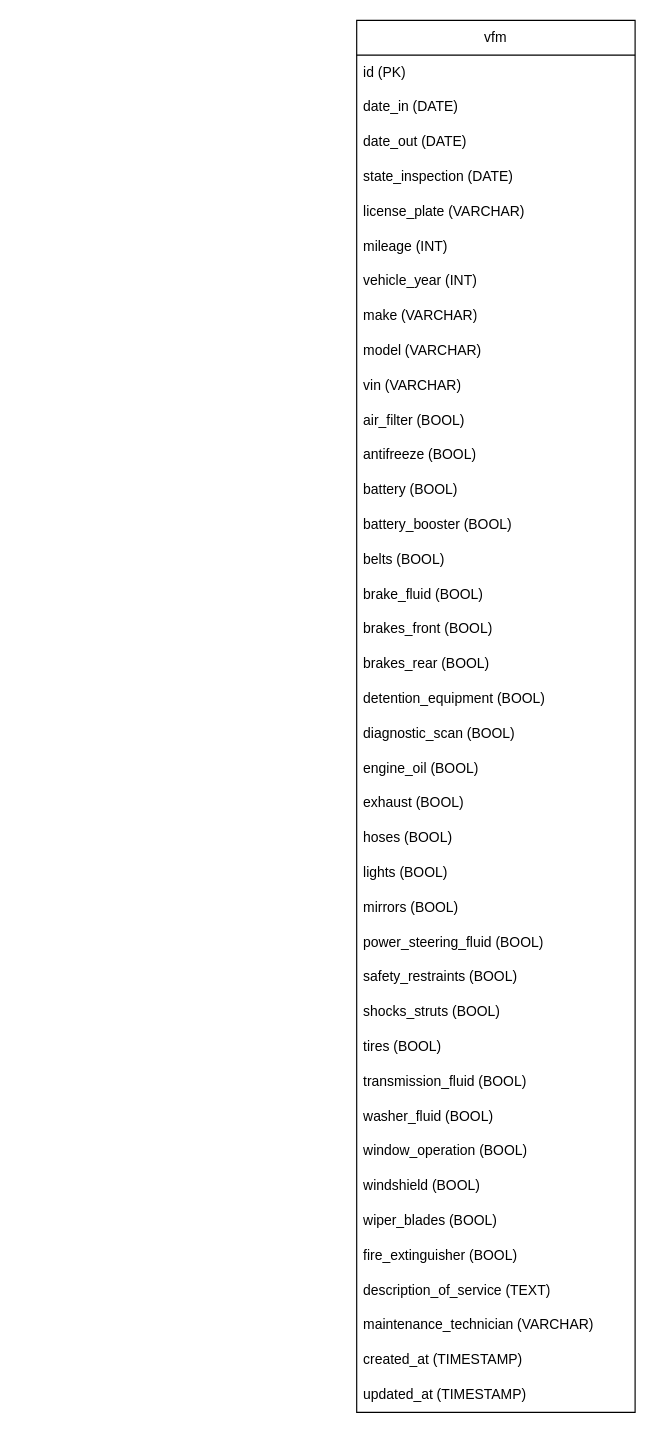
Above: page "VFM" (5 of 7) of Database Design.drawio in masterofpi11436/rrjweb (draw.io), before the change. Source tidied: cells renumbered, new cells numbered last; positions are measured from the earlier drawing's top-left corner, leaving out a move shared by most shapes. Both pictures are drawn from the tidied source at 116%, with x=0, y=0 at pixel (356, 20).
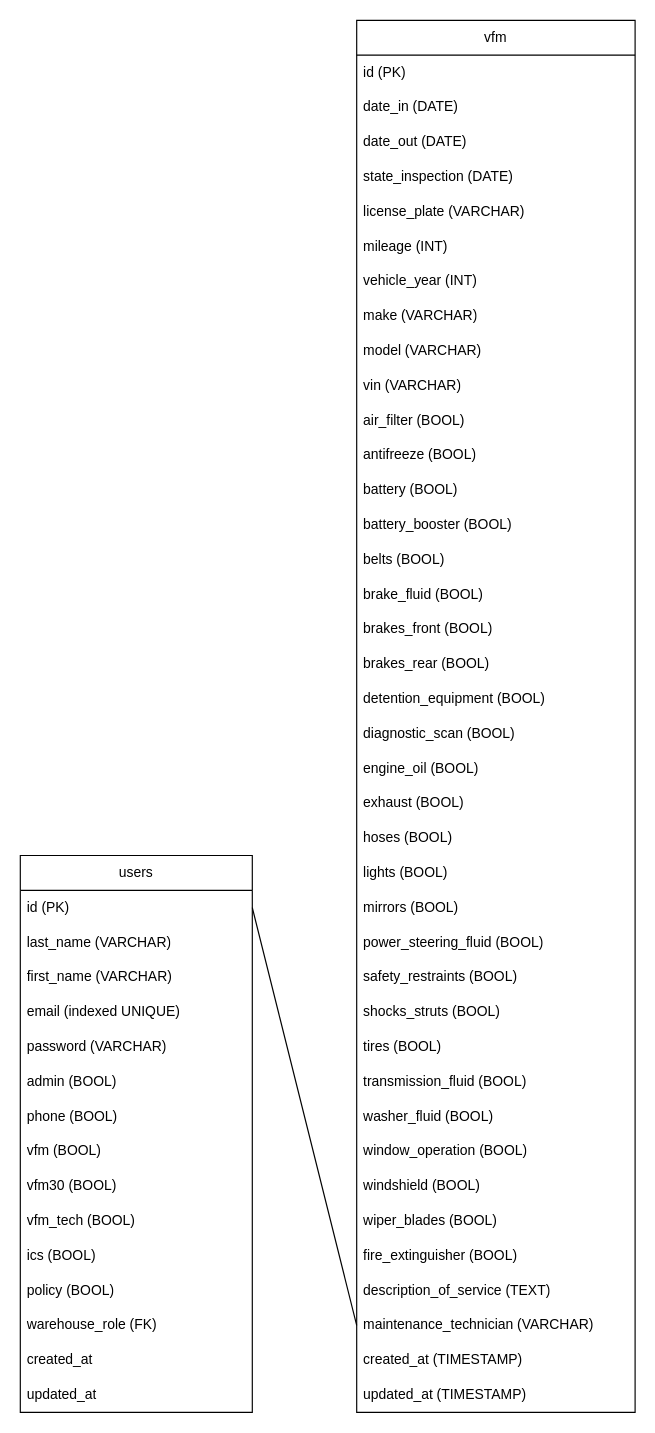
The same diagram, later.

Unchanged cells that the change refers to:
```xml
<mxCell id="39" value="maintenance_technician (VARCHAR)" style="text;strokeColor=none;fillColor=none;align=left;verticalAlign=middle;spacingLeft=4;spacingRight=4;overflow=hidden;points=[[0,0.5],[1,0.5]];portConstraint=eastwest;whiteSpace=wrap;fontColor=default;" parent="2" vertex="1">
  <mxGeometry y="1110" width="240" height="30" as="geometry" />
</mxCell>
```

The edit, as a diff of the source:
```diff
@@
+    <mxCell id="42" value="users" style="swimlane;fontStyle=0;horizontal=1;startSize=30;whiteSpace=wrap;html=1;" parent="1" vertex="1">
+      <mxGeometry x="-290" y="720" width="200" height="480" as="geometry" />
+    </mxCell>
+    <mxCell id="43" value="id (PK)" style="text;strokeColor=none;fillColor=none;align=left;verticalAlign=middle;spacingLeft=4;spacingRight=4;overflow=hidden;points=[[0,0.5],[1,0.5]];portConstraint=eastwest;whiteSpace=wrap;html=1;" parent="42" vertex="1">
+      <mxGeometry y="30" width="200" height="30" as="geometry" />
+    </mxCell>
+    <mxCell id="44" value="last_name (VARCHAR)" style="text;strokeColor=none;fillColor=none;align=left;verticalAlign=middle;spacingLeft=4;spacingRight=4;overflow=hidden;whiteSpace=wrap;html=1;" parent="42" vertex="1">
+      <mxGeometry y="60" width="200" height="30" as="geometry" />
+    </mxCell>
+    <mxCell id="45" value="first_name (VARCHAR)" style="text;strokeColor=none;fillColor=none;align=left;verticalAlign=middle;spacingLeft=4;spacingRight=4;overflow=hidden;whiteSpace=wrap;" parent="42" vertex="1">
+      <mxGeometry y="90" width="200" height="30" as="geometry" />
+    </mxCell>
+    <mxCell id="46" value="email (indexed UNIQUE)" style="text;strokeColor=none;fillColor=none;align=left;verticalAlign=middle;spacingLeft=4;spacingRight=4;overflow=hidden;whiteSpace=wrap;html=1;" parent="42" vertex="1">
+      <mxGeometry y="120" width="200" height="30" as="geometry" />
+    </mxCell>
+    <mxCell id="47" value="password (VARCHAR)" style="text;strokeColor=none;fillColor=none;align=left;verticalAlign=middle;spacingLeft=4;spacingRight=4;overflow=hidden;whiteSpace=wrap;html=1;" parent="42" vertex="1">
+      <mxGeometry y="150" width="200" height="30" as="geometry" />
+    </mxCell>
+    <mxCell id="48" value="admin (BOOL)" style="text;strokeColor=none;fillColor=none;align=left;verticalAlign=middle;spacingLeft=4;spacingRight=4;overflow=hidden;whiteSpace=wrap;html=1;" parent="42" vertex="1">
+      <mxGeometry y="180" width="200" height="30" as="geometry" />
+    </mxCell>
+    <mxCell id="49" value="phone (BOOL)" style="text;strokeColor=none;fillColor=none;align=left;verticalAlign=middle;spacingLeft=4;spacingRight=4;overflow=hidden;whiteSpace=wrap;fontColor=default;" parent="42" vertex="1">
+      <mxGeometry y="210" width="200" height="30" as="geometry" />
+    </mxCell>
+    <mxCell id="50" value="vfm (BOOL)" style="text;strokeColor=none;fillColor=none;align=left;verticalAlign=middle;spacingLeft=4;spacingRight=4;overflow=hidden;whiteSpace=wrap;fontColor=default;" parent="42" vertex="1">
+      <mxGeometry y="240" width="200" height="30" as="geometry" />
+    </mxCell>
+    <mxCell id="51" value="vfm30 (BOOL)" style="text;strokeColor=none;fillColor=none;align=left;verticalAlign=middle;spacingLeft=4;spacingRight=4;overflow=hidden;whiteSpace=wrap;fontColor=default;" parent="42" vertex="1">
+      <mxGeometry y="270" width="200" height="30" as="geometry" />
+    </mxCell>
+    <mxCell id="52" value="vfm_tech (BOOL)" style="text;strokeColor=none;fillColor=none;align=left;verticalAlign=middle;spacingLeft=4;spacingRight=4;overflow=hidden;whiteSpace=wrap;fontColor=default;" parent="42" vertex="1">
+      <mxGeometry y="300" width="200" height="30" as="geometry" />
+    </mxCell>
+    <mxCell id="53" value="ics (BOOL)" style="text;strokeColor=none;fillColor=none;align=left;verticalAlign=middle;spacingLeft=4;spacingRight=4;overflow=hidden;whiteSpace=wrap;fontColor=default;" parent="42" vertex="1">
+      <mxGeometry y="330" width="200" height="30" as="geometry" />
+    </mxCell>
+    <mxCell id="54" value="policy (BOOL)" style="text;strokeColor=none;fillColor=none;align=left;verticalAlign=middle;spacingLeft=4;spacingRight=4;overflow=hidden;whiteSpace=wrap;fontColor=default;" parent="42" vertex="1">
+      <mxGeometry y="360" width="200" height="30" as="geometry" />
+    </mxCell>
+    <mxCell id="55" value="warehouse_role (FK)" style="text;strokeColor=none;fillColor=none;align=left;verticalAlign=middle;spacingLeft=4;spacingRight=4;overflow=hidden;whiteSpace=wrap;fontColor=default;" parent="42" vertex="1">
+      <mxGeometry y="390" width="200" height="30" as="geometry" />
+    </mxCell>
+    <mxCell id="56" value="created_at" style="text;strokeColor=none;fillColor=none;align=left;verticalAlign=middle;spacingLeft=4;spacingRight=4;overflow=hidden;whiteSpace=wrap;fontColor=default;" parent="42" vertex="1">
+      <mxGeometry y="420" width="200" height="30" as="geometry" />
+    </mxCell>
+    <mxCell id="57" value="updated_at" style="text;strokeColor=none;fillColor=none;align=left;verticalAlign=middle;spacingLeft=4;spacingRight=4;overflow=hidden;whiteSpace=wrap;fontColor=default;" parent="42" vertex="1">
+      <mxGeometry y="450" width="200" height="30" as="geometry" />
+    </mxCell>
+    <mxCell id="58" style="endArrow=none;html=1;rounded=0;exitX=1;exitY=0.5;exitDx=0;exitDy=0;entryX=0;entryY=0.5;entryDx=0;entryDy=0;" parent="1" edge="1" source="43" target="39">
+      <mxGeometry relative="1" as="geometry" />
+    </mxCell>
```
